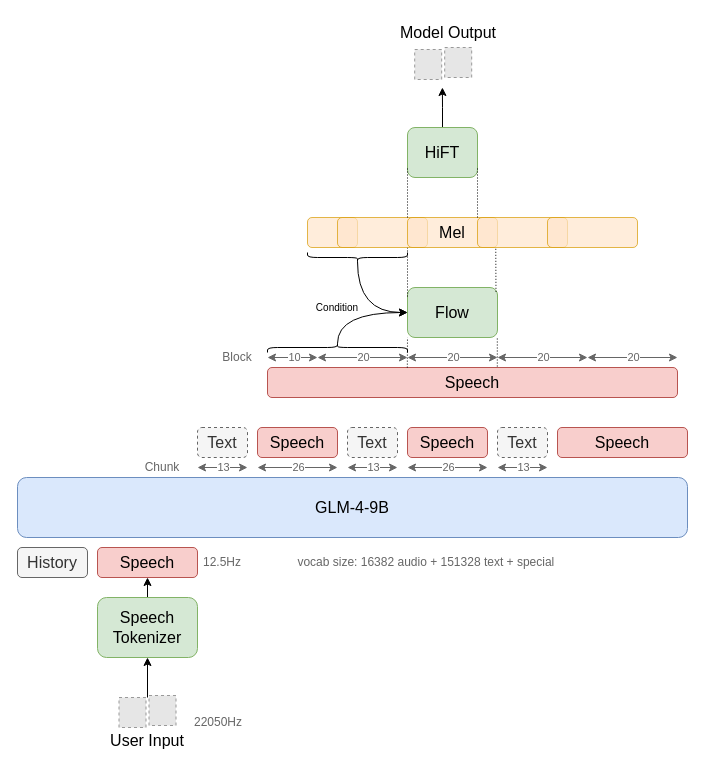
Earlier version of the draw.io diagram Drafts/glm4v.drawio (xrysamuel/my-drawio). Source tidied: cells renumbered, new cells numbered last; positions are measured from the earlier drawing's top-left corner, leaving out a move shared by most shapes. Both pictures are drawn from the tidied source at 100%, with x=0, y=0 at pixel (17, 17). Pictures stored in the file or linked from it are replaced by grey dashed boxes.
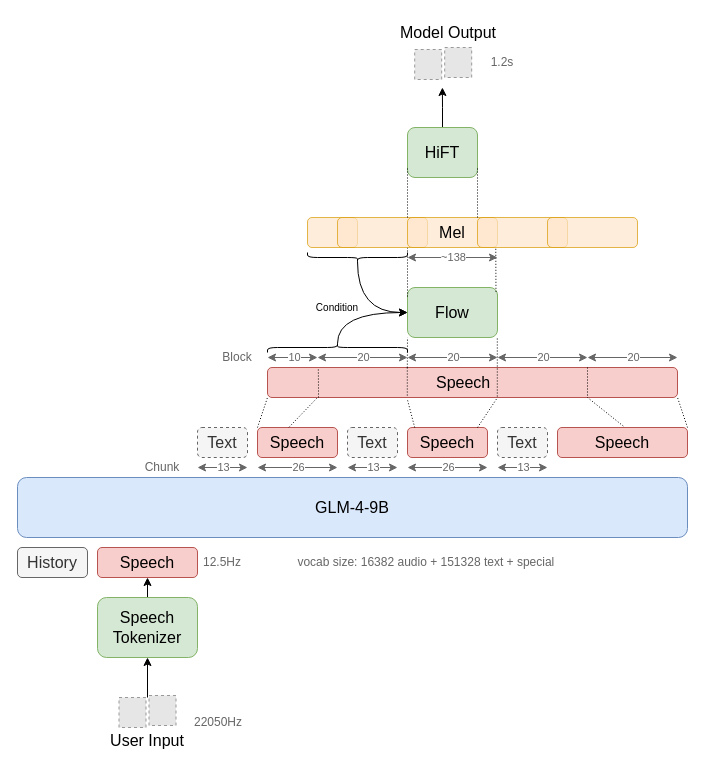
The same page after the edit.

Unchanged cells that the change refers to:
```xml
<mxCell id="11" value="&lt;font style=&quot;font-size: 16px;&quot;&gt;Speech&lt;/font&gt;" style="rounded=1;whiteSpace=wrap;html=1;fillColor=#f8cecc;strokeColor=#b85450;" parent="1" vertex="1">
  <mxGeometry x="240" y="410" width="80" height="30" as="geometry" />
</mxCell>
<mxCell id="14" value="&lt;font style=&quot;font-size: 16px;&quot;&gt;Speech&lt;/font&gt;" style="rounded=1;whiteSpace=wrap;html=1;fillColor=#f8cecc;strokeColor=#b85450;" parent="1" vertex="1">
  <mxGeometry x="390" y="410" width="80" height="30" as="geometry" />
</mxCell>
<mxCell id="16" value="&lt;font style=&quot;font-size: 16px;&quot;&gt;Speech&lt;/font&gt;" style="rounded=1;whiteSpace=wrap;html=1;fillColor=#f8cecc;strokeColor=#b85450;" parent="1" vertex="1">
  <mxGeometry x="540" y="410" width="130" height="30" as="geometry" />
</mxCell>
```

Diff of the diagram source:
```diff
@@
-    <mxCell id="17" value="&lt;font style=&quot;font-size: 16px;&quot;&gt;Speech&lt;/font&gt;" style="rounded=1;whiteSpace=wrap;html=1;fillColor=#f8cecc;strokeColor=#b85450;" parent="1" vertex="1">
+    <mxCell id="17" value="&lt;font style=&quot;font-size: 16px;&quot;&gt;Speech&amp;nbsp; &amp;nbsp;&amp;nbsp;&lt;/font&gt;" style="rounded=1;whiteSpace=wrap;html=1;fillColor=#f8cecc;strokeColor=#b85450;" parent="1" vertex="1">
       <mxGeometry x="250" y="350" width="410" height="30" as="geometry" />
     </mxCell>
@@
+    <mxCell id="65" style="endArrow=none;dashed=1;html=1;dashPattern=1 2;strokeWidth=1;rounded=0;exitX=0.983;exitY=0.086;exitDx=0;exitDy=0;entryX=0.341;entryY=1.056;entryDx=0;entryDy=0;entryPerimeter=0;strokeColor=default;align=center;verticalAlign=middle;fontFamily=Helvetica;fontSize=11;fontColor=default;labelBackgroundColor=default;exitPerimeter=0;" parent="1" edge="1" target="17">
+      <mxGeometry relative="1" as="geometry">
+        <mxPoint x="397.2" y="410" as="sourcePoint" />
+      </mxGeometry>
+    </mxCell>
+    <mxCell id="66" style="endArrow=none;dashed=1;html=1;dashPattern=1 2;strokeWidth=1;rounded=0;exitX=0.875;exitY=0;exitDx=0;exitDy=0;entryX=0.341;entryY=1.056;entryDx=0;entryDy=0;entryPerimeter=0;strokeColor=default;align=center;verticalAlign=middle;fontFamily=Helvetica;fontSize=11;fontColor=default;labelBackgroundColor=default;exitPerimeter=0;" parent="1" edge="1" source="14">
+      <mxGeometry relative="1" as="geometry">
+        <mxPoint x="480" y="380" as="targetPoint" />
+      </mxGeometry>
+    </mxCell>
+    <mxCell id="67" style="endArrow=none;dashed=1;html=1;dashPattern=1 2;strokeWidth=1;rounded=0;exitX=0.393;exitY=-0.007;exitDx=0;exitDy=0;entryX=0.341;entryY=1.056;entryDx=0;entryDy=0;entryPerimeter=0;strokeColor=default;align=center;verticalAlign=middle;fontFamily=Helvetica;fontSize=11;fontColor=default;labelBackgroundColor=default;exitPerimeter=0;" parent="1" edge="1" source="11">
+      <mxGeometry relative="1" as="geometry">
+        <mxPoint x="300" y="380" as="targetPoint" />
+      </mxGeometry>
+    </mxCell>
+    <mxCell id="68" style="endArrow=none;dashed=1;html=1;dashPattern=1 2;strokeWidth=1;rounded=0;exitX=0.393;exitY=-0.007;exitDx=0;exitDy=0;entryX=0;entryY=1;entryDx=0;entryDy=0;strokeColor=default;align=center;verticalAlign=middle;fontFamily=Helvetica;fontSize=11;fontColor=default;labelBackgroundColor=default;exitPerimeter=0;" parent="1" edge="1" target="17">
+      <mxGeometry relative="1" as="geometry">
+        <mxPoint x="240" y="410" as="sourcePoint" />
+      </mxGeometry>
+    </mxCell>
+    <mxCell id="69" style="endArrow=none;dashed=1;html=1;dashPattern=1 2;strokeWidth=1;rounded=0;exitX=0.506;exitY=-0.049;exitDx=0;exitDy=0;entryX=0.341;entryY=1.056;entryDx=0;entryDy=0;entryPerimeter=0;strokeColor=default;align=center;verticalAlign=middle;fontFamily=Helvetica;fontSize=11;fontColor=default;labelBackgroundColor=default;exitPerimeter=0;" parent="1" edge="1" source="16">
+      <mxGeometry relative="1" as="geometry">
+        <mxPoint x="570" y="380" as="targetPoint" />
+      </mxGeometry>
+    </mxCell>
+    <mxCell id="70" style="endArrow=none;dashed=1;html=1;dashPattern=1 2;strokeWidth=1;rounded=0;exitX=0.506;exitY=-0.049;exitDx=0;exitDy=0;entryX=1;entryY=1;entryDx=0;entryDy=0;strokeColor=default;align=center;verticalAlign=middle;fontFamily=Helvetica;fontSize=11;fontColor=default;labelBackgroundColor=default;exitPerimeter=0;" parent="1" edge="1" target="17">
+      <mxGeometry relative="1" as="geometry">
+        <mxPoint x="670" y="410" as="sourcePoint" />
+      </mxGeometry>
+    </mxCell>
+    <mxCell id="71" style="endArrow=none;dashed=1;html=1;dashPattern=1 2;strokeWidth=1;rounded=0;exitX=0.393;exitY=-0.007;exitDx=0;exitDy=0;entryX=0.124;entryY=0.051;entryDx=0;entryDy=0;entryPerimeter=0;strokeColor=default;align=center;verticalAlign=middle;fontFamily=Helvetica;fontSize=11;fontColor=default;labelBackgroundColor=default;exitPerimeter=0;" parent="1" edge="1" target="17">
+      <mxGeometry relative="1" as="geometry">
+        <mxPoint x="301" y="380" as="sourcePoint" />
+        <Array as="points">
+          <mxPoint x="301" y="370" />
+        </Array>
+      </mxGeometry>
+    </mxCell>
+    <mxCell id="72" style="endArrow=none;dashed=1;html=1;dashPattern=1 2;strokeWidth=1;rounded=0;exitX=0.393;exitY=-0.007;exitDx=0;exitDy=0;entryX=0.124;entryY=0.051;entryDx=0;entryDy=0;entryPerimeter=0;strokeColor=default;align=center;verticalAlign=middle;fontFamily=Helvetica;fontSize=11;fontColor=default;labelBackgroundColor=default;exitPerimeter=0;" parent="1" edge="1">
+      <mxGeometry relative="1" as="geometry">
+        <mxPoint x="389.8" y="378" as="sourcePoint" />
+        <mxPoint x="389.8" y="350" as="targetPoint" />
+        <Array as="points">
+          <mxPoint x="389.8" y="368" />
+        </Array>
+      </mxGeometry>
+    </mxCell>
+    <mxCell id="73" style="endArrow=none;dashed=1;html=1;dashPattern=1 2;strokeWidth=1;rounded=0;exitX=0.393;exitY=-0.007;exitDx=0;exitDy=0;entryX=0.124;entryY=0.051;entryDx=0;entryDy=0;entryPerimeter=0;strokeColor=default;align=center;verticalAlign=middle;fontFamily=Helvetica;fontSize=11;fontColor=default;labelBackgroundColor=default;exitPerimeter=0;" parent="1" edge="1">
+      <mxGeometry relative="1" as="geometry">
+        <mxPoint x="479.8" y="379" as="sourcePoint" />
+        <mxPoint x="479.8" y="351" as="targetPoint" />
+        <Array as="points">
+          <mxPoint x="479.8" y="369" />
+        </Array>
+      </mxGeometry>
+    </mxCell>
+    <mxCell id="74" style="endArrow=none;dashed=1;html=1;dashPattern=1 2;strokeWidth=1;rounded=0;exitX=0.393;exitY=-0.007;exitDx=0;exitDy=0;entryX=0.124;entryY=0.051;entryDx=0;entryDy=0;entryPerimeter=0;strokeColor=default;align=center;verticalAlign=middle;fontFamily=Helvetica;fontSize=11;fontColor=default;labelBackgroundColor=default;exitPerimeter=0;" parent="1" edge="1">
+      <mxGeometry relative="1" as="geometry">
+        <mxPoint x="570" y="378" as="sourcePoint" />
+        <mxPoint x="570" y="350" as="targetPoint" />
+        <Array as="points">
+          <mxPoint x="570" y="368" />
+        </Array>
+      </mxGeometry>
+    </mxCell>
+    <mxCell id="75" style="endArrow=classic;startArrow=classic;html=1;rounded=0;fillColor=#f5f5f5;strokeColor=#666666;" parent="1" edge="1">
+      <mxGeometry relative="1" as="geometry">
+        <mxPoint x="390" y="240" as="sourcePoint" />
+        <mxPoint x="480" y="240" as="targetPoint" />
+      </mxGeometry>
+    </mxCell>
+    <mxCell id="76" value="~138" style="edgeLabel;html=1;align=center;verticalAlign=middle;fontColor=#666666;" parent="75" vertex="1">
+      <mxGeometry x="-0.02" y="1" relative="1" as="geometry">
+        <mxPoint x="1" as="offset" />
+      </mxGeometry>
+    </mxCell>
+    <mxCell id="77" value="1.2s" style="text;html=1;align=center;verticalAlign=middle;whiteSpace=wrap;rounded=0;fontColor=#666666;" parent="1" vertex="1">
+      <mxGeometry x="460" y="30" width="50" height="30" as="geometry" />
+    </mxCell>
```
